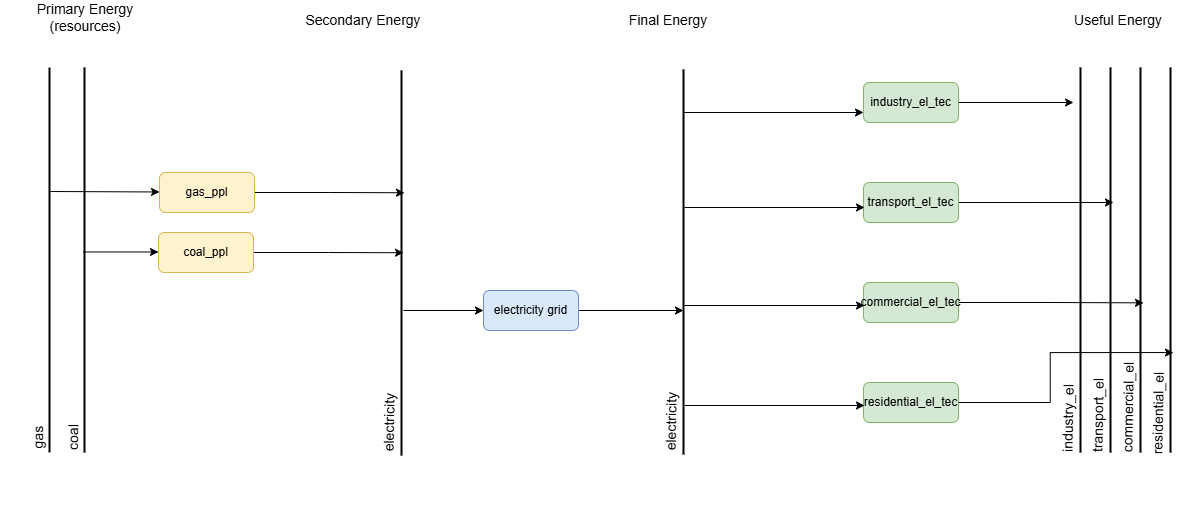
itangr31/messageix_indonesia_prototype keeps this draw.io diagram as Messageix Indonesia Structure.drawio.png. Above is the earlier version. Source tidied: cells renumbered, new cells last; positions are measured from the earlier drawing's top-left corner, leaving out a move shared by most shapes.
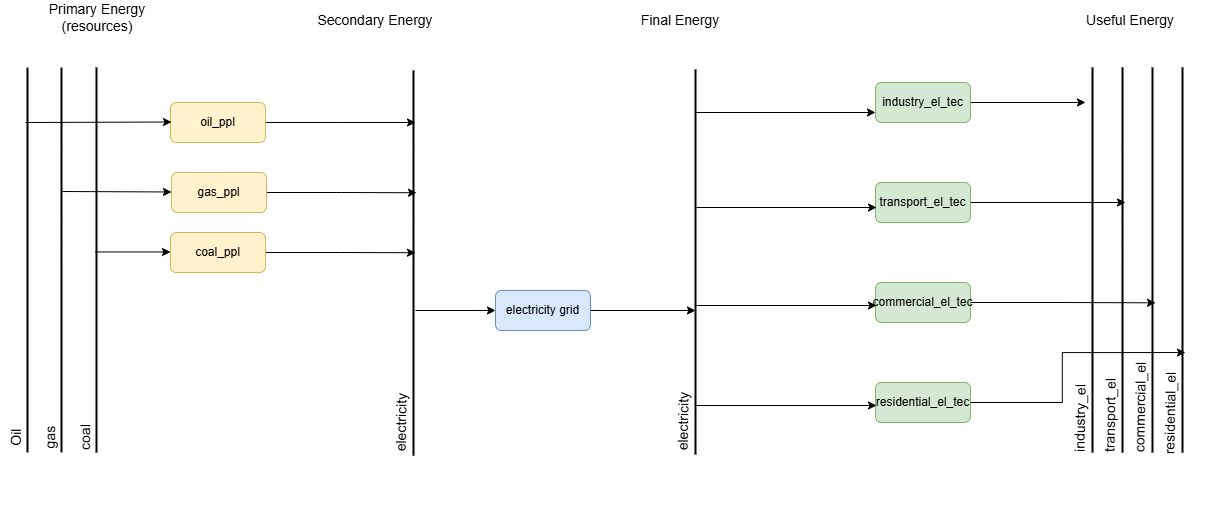
The same diagram one commit later.

Commit message:
update structure diagram

Diff of the diagram source:
```diff
@@ -180,5 +180,28 @@
     <mxCell id="42" value="gas" style="text;html=1;align=center;verticalAlign=middle;whiteSpace=wrap;rounded=0;fontSize=14;rotation=-89;" parent="1" vertex="1">
       <mxGeometry y="420" width="170" height="30" as="geometry" />
     </mxCell>
+    <mxCell id="43" style="endArrow=none;html=1;rounded=0;strokeWidth=2;" parent="1" edge="1">
+      <mxGeometry relative="1" as="geometry">
+        <mxPoint x="62" y="450" as="sourcePoint" />
+        <mxPoint x="62" y="65" as="targetPoint" />
+      </mxGeometry>
+    </mxCell>
+    <mxCell id="44" value="Oil" style="text;html=1;align=center;verticalAlign=middle;whiteSpace=wrap;rounded=0;fontSize=14;rotation=-89;" parent="1" vertex="1">
+      <mxGeometry x="-34" y="420" width="170" height="30" as="geometry" />
+    </mxCell>
+    <mxCell id="45" style="edgeStyle=orthogonalEdgeStyle;rounded=0;jettySize=auto;html=1;exitX=1;exitY=0.5;exitDx=0;exitDy=0;" parent="1" edge="1" source="46">
+      <mxGeometry relative="1" as="geometry">
+        <mxPoint x="450" y="120" as="targetPoint" />
+      </mxGeometry>
+    </mxCell>
+    <mxCell id="46" value="oil_ppl" style="rounded=1;whiteSpace=wrap;html=1;fillColor=#fff2cc;strokeColor=#d6b656;" parent="1" vertex="1">
+      <mxGeometry x="205" y="100" width="95" height="40" as="geometry" />
+    </mxCell>
+    <mxCell id="47" style="endArrow=classic;html=1;rounded=0;entryX=0;entryY=0.487;entryDx=0;entryDy=0;entryPerimeter=0;" parent="1" edge="1">
+      <mxGeometry relative="1" as="geometry">
+        <mxPoint x="60" y="120" as="sourcePoint" />
+        <mxPoint x="206" y="119.5" as="targetPoint" />
+      </mxGeometry>
+    </mxCell>
   </root>
 </mxGraphModel>
```
